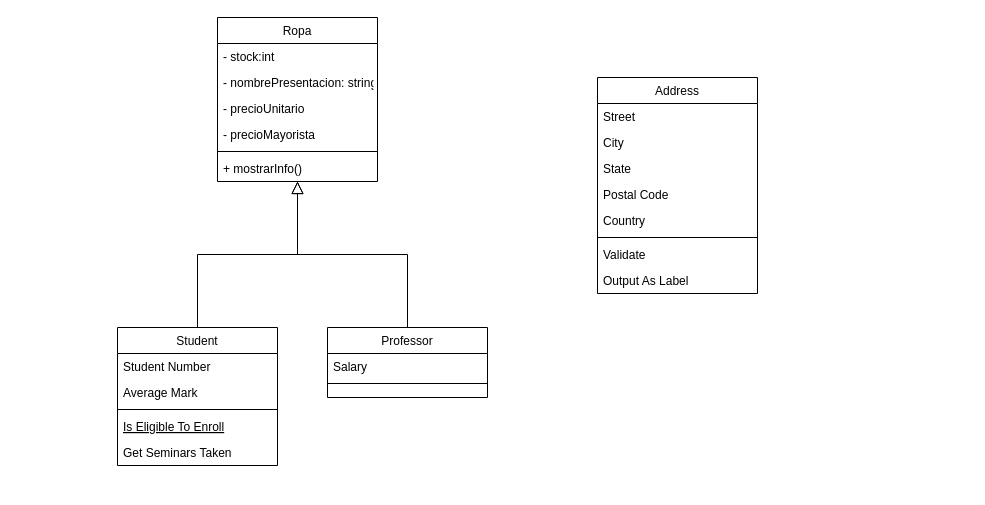
Above: DesarrolloOrientadoObjetos/ejericiosObligatorios3/ejerciciosObligatorios3.drawio in monick96/PracticeCsharp (draw.io), before the change. Source tidied: cells renumbered, new cells numbered last; positions are measured from the earlier drawing's top-left corner, leaving out a move shared by most shapes. Both pictures are drawn from the tidied source at 100%, with x=0, y=0 at pixel (117, 17).
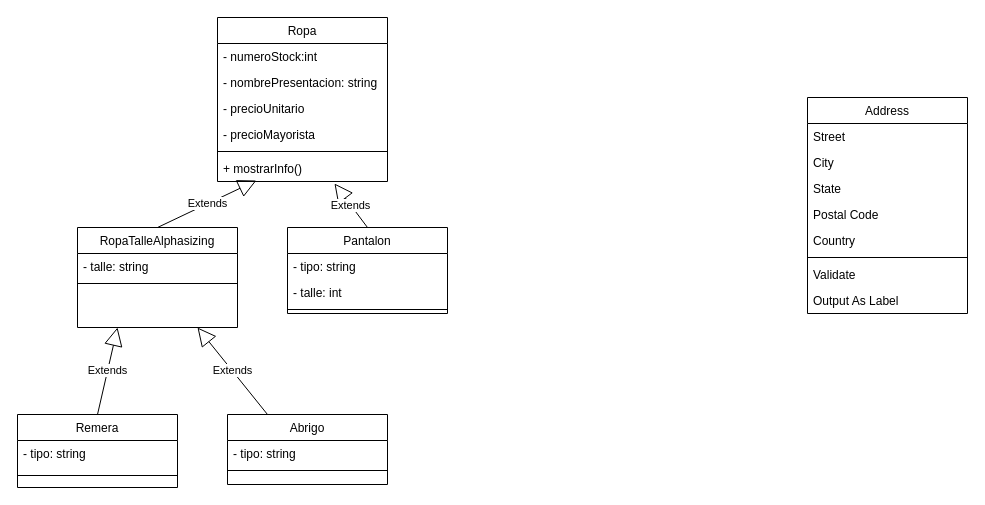
After the change.

The edit, as a diff of the source:
```diff
@@
     <mxCell id="2" value="Ropa" style="swimlane;fontStyle=0;align=center;verticalAlign=top;horizontal=1;startSize=26;rounded=0;shadow=0;strokeWidth=1;" parent="1" vertex="1">
-      <mxGeometry x="100" width="160" height="164" as="geometry" />
+      <mxGeometry x="100" width="170" height="164" as="geometry" />
     </mxCell>
-    <mxCell id="3" value="- stock:int" style="text;align=left;verticalAlign=top;spacingLeft=4;spacingRight=4;overflow=hidden;" parent="2" vertex="1">
-      <mxGeometry y="26" width="160" height="26" as="geometry" />
+    <mxCell id="3" value="- numeroStock:int" style="text;align=left;verticalAlign=top;spacingLeft=4;spacingRight=4;overflow=hidden;" parent="2" vertex="1">
+      <mxGeometry y="26" width="170" height="26" as="geometry" />
     </mxCell>
     <mxCell id="4" value="- nombrePresentacion: string" style="text;align=left;verticalAlign=top;spacingLeft=4;spacingRight=4;overflow=hidden;rounded=0;shadow=0;html=0;" parent="2" vertex="1">
-      <mxGeometry y="52" width="160" height="26" as="geometry" />
+      <mxGeometry y="52" width="170" height="26" as="geometry" />
     </mxCell>
     <mxCell id="5" value="- precioUnitario" style="text;align=left;verticalAlign=top;spacingLeft=4;spacingRight=4;overflow=hidden;rounded=0;shadow=0;html=0;" parent="2" vertex="1">
-      <mxGeometry y="78" width="160" height="26" as="geometry" />
+      <mxGeometry y="78" width="170" height="26" as="geometry" />
     </mxCell>
     <mxCell id="6" value="- precioMayorista" style="text;align=left;verticalAlign=top;spacingLeft=4;spacingRight=4;overflow=hidden;rounded=0;shadow=0;html=0;" parent="2" vertex="1">
-      <mxGeometry y="104" width="160" height="26" as="geometry" />
+      <mxGeometry y="104" width="170" height="26" as="geometry" />
     </mxCell>
     <mxCell id="7" style="line;html=1;strokeWidth=1;align=left;verticalAlign=middle;spacingTop=-1;spacingLeft=3;spacingRight=3;labelPosition=right;" parent="2" vertex="1">
-      <mxGeometry y="130" width="160" height="8" as="geometry" />
+      <mxGeometry y="130" width="170" height="8" as="geometry" />
     </mxCell>
     <mxCell id="8" value="+ mostrarInfo()" style="text;align=left;verticalAlign=top;spacingLeft=4;spacingRight=4;overflow=hidden;points=[[0,0.5],[1,0.5]];portConstraint=eastwest;" parent="2" vertex="1">
-      <mxGeometry y="138" width="160" height="26" as="geometry" />
+      <mxGeometry y="138" width="170" height="26" as="geometry" />
     </mxCell>
-    <mxCell id="9" value="Student" style="swimlane;fontStyle=0;align=center;verticalAlign=top;horizontal=1;startSize=26;rounded=0;shadow=0;strokeWidth=1;" parent="1" vertex="1">
-      <mxGeometry y="310" width="160" height="138" as="geometry" />
+    <mxCell id="9" value="RopaTalleAlphasizing" style="swimlane;fontStyle=0;align=center;verticalAlign=top;horizontal=1;startSize=26;rounded=0;shadow=0;strokeWidth=1;" parent="1" vertex="1">
+      <mxGeometry x="-40" y="210" width="160" height="100" as="geometry" />
     </mxCell>
-    <mxCell id="10" value="Student Number" style="text;align=left;verticalAlign=top;spacingLeft=4;spacingRight=4;overflow=hidden;" parent="9" vertex="1">
-      <mxGeometry y="26" width="160" height="26" as="geometry" />
-    </mxCell>
-    <mxCell id="11" value="Average Mark" style="text;align=left;verticalAlign=top;spacingLeft=4;spacingRight=4;overflow=hidden;rounded=0;shadow=0;html=0;" parent="9" vertex="1">
-      <mxGeometry y="52" width="160" height="26" as="geometry" />
+    <mxCell id="11" value="- talle: string" style="text;align=left;verticalAlign=top;spacingLeft=4;spacingRight=4;overflow=hidden;rounded=0;shadow=0;html=0;" parent="9" vertex="1">
+      <mxGeometry y="26" width="160" height="26" as="geometry" />
     </mxCell>
     <mxCell id="12" style="line;html=1;strokeWidth=1;align=left;verticalAlign=middle;spacingTop=-1;spacingLeft=3;spacingRight=3;labelPosition=right;" parent="9" vertex="1">
-      <mxGeometry y="78" width="160" height="8" as="geometry" />
+      <mxGeometry y="52" width="160" height="8" as="geometry" />
     </mxCell>
-    <mxCell id="13" value="Is Eligible To Enroll" style="text;align=left;verticalAlign=top;spacingLeft=4;spacingRight=4;overflow=hidden;fontStyle=4;" parent="9" vertex="1">
-      <mxGeometry y="86" width="160" height="26" as="geometry" />
-    </mxCell>
-    <mxCell id="14" value="Get Seminars Taken" style="text;align=left;verticalAlign=top;spacingLeft=4;spacingRight=4;overflow=hidden;" parent="9" vertex="1">
-      <mxGeometry y="112" width="160" height="26" as="geometry" />
-    </mxCell>
-    <mxCell id="15" style="endArrow=block;endSize=10;endFill=0;shadow=0;strokeWidth=1;rounded=0;curved=0;edgeStyle=elbowEdgeStyle;elbow=vertical;" parent="1" edge="1" source="9" target="2">
-      <mxGeometry relative="1" as="geometry" />
-    </mxCell>
-    <mxCell id="16" value="Professor" style="swimlane;fontStyle=0;align=center;verticalAlign=top;horizontal=1;startSize=26;rounded=0;shadow=0;strokeWidth=1;" parent="1" vertex="1">
-      <mxGeometry x="210" y="310" width="160" height="70" as="geometry" />
+    <mxCell id="16" value="Abrigo" style="swimlane;fontStyle=0;align=center;verticalAlign=top;horizontal=1;startSize=26;rounded=0;shadow=0;strokeWidth=1;" parent="1" vertex="1">
+      <mxGeometry x="110" y="397" width="160" height="70" as="geometry" />
     </mxCell>
-    <mxCell id="17" value="Salary" style="text;align=left;verticalAlign=top;spacingLeft=4;spacingRight=4;overflow=hidden;" parent="16" vertex="1">
-      <mxGeometry y="26" width="160" height="26" as="geometry" />
-    </mxCell>
+    <mxCell id="29" value="- tipo: string" style="text;align=left;verticalAlign=top;spacingLeft=4;spacingRight=4;overflow=hidden;rounded=0;shadow=0;html=0;" parent="16" vertex="1">
+      <mxGeometry y="26" width="160" height="26" as="geometry" />
+    </mxCell>
@@
-    <mxCell id="19" style="endArrow=block;endSize=10;endFill=0;shadow=0;strokeWidth=1;rounded=0;curved=0;edgeStyle=elbowEdgeStyle;elbow=vertical;" parent="1" edge="1" source="16" target="2">
-      <mxGeometry relative="1" as="geometry" />
-    </mxCell>
     <mxCell id="20" value="Address" style="swimlane;fontStyle=0;align=center;verticalAlign=top;horizontal=1;startSize=26;rounded=0;shadow=0;strokeWidth=1;" parent="1" vertex="1">
-      <mxGeometry x="480" y="60" width="160" height="216" as="geometry" />
+      <mxGeometry x="690" y="80" width="160" height="216" as="geometry" />
     </mxCell>
@@
+    <mxCell id="30" value="Pantalon" style="swimlane;fontStyle=0;align=center;verticalAlign=top;horizontal=1;startSize=26;rounded=0;shadow=0;strokeWidth=1;" parent="1" vertex="1">
+      <mxGeometry x="170" y="210" width="160" height="86" as="geometry" />
+    </mxCell>
+    <mxCell id="31" value="- tipo: string" style="text;align=left;verticalAlign=top;spacingLeft=4;spacingRight=4;overflow=hidden;rounded=0;shadow=0;html=0;" parent="30" vertex="1">
+      <mxGeometry y="26" width="160" height="26" as="geometry" />
+    </mxCell>
+    <mxCell id="32" value="- talle: int" style="text;align=left;verticalAlign=top;spacingLeft=4;spacingRight=4;overflow=hidden;" parent="30" vertex="1">
+      <mxGeometry y="52" width="160" height="26" as="geometry" />
+    </mxCell>
+    <mxCell id="33" style="line;html=1;strokeWidth=1;align=left;verticalAlign=middle;spacingTop=-1;spacingLeft=3;spacingRight=3;labelPosition=right;" parent="30" vertex="1">
+      <mxGeometry y="78" width="160" height="8" as="geometry" />
+    </mxCell>
+    <mxCell id="34" value="Remera" style="swimlane;fontStyle=0;align=center;verticalAlign=top;horizontal=1;startSize=26;rounded=0;shadow=0;strokeWidth=1;" parent="1" vertex="1">
+      <mxGeometry x="-100" y="397" width="160" height="73" as="geometry" />
+    </mxCell>
+    <mxCell id="35" value="- tipo: string" style="text;align=left;verticalAlign=top;spacingLeft=4;spacingRight=4;overflow=hidden;rounded=0;shadow=0;html=0;" parent="34" vertex="1">
+      <mxGeometry y="26" width="160" height="26" as="geometry" />
+    </mxCell>
+    <mxCell id="36" style="line;html=1;strokeWidth=1;align=left;verticalAlign=middle;spacingTop=-1;spacingLeft=3;spacingRight=3;labelPosition=right;" parent="34" vertex="1">
+      <mxGeometry y="52" width="160" height="18" as="geometry" />
+    </mxCell>
+    <mxCell id="37" value="Extends" style="endArrow=block;endSize=16;endFill=0;html=1;rounded=0;exitX=0.5;exitY=0;exitDx=0;exitDy=0;entryX=0.25;entryY=1;entryDx=0;entryDy=0;" parent="1" edge="1" source="34" target="9">
+      <mxGeometry relative="1" as="geometry" />
+    </mxCell>
+    <mxCell id="38" value="Extends" style="endArrow=block;endSize=16;endFill=0;html=1;rounded=0;exitX=0.25;exitY=0;exitDx=0;exitDy=0;entryX=0.75;entryY=1;entryDx=0;entryDy=0;" parent="1" edge="1" source="16" target="9">
+      <mxGeometry relative="1" as="geometry" />
+    </mxCell>
+    <mxCell id="39" value="Extends" style="endArrow=block;endSize=16;endFill=0;html=1;rounded=0;exitX=0.5;exitY=0;exitDx=0;exitDy=0;entryX=0.229;entryY=0.962;entryDx=0;entryDy=0;entryPerimeter=0;" parent="1" edge="1" source="9" target="8">
+      <mxGeometry relative="1" as="geometry" />
+    </mxCell>
+    <mxCell id="40" value="Extends" style="endArrow=block;endSize=16;endFill=0;html=1;rounded=0;exitX=0.5;exitY=0;exitDx=0;exitDy=0;entryX=0.688;entryY=1.077;entryDx=0;entryDy=0;entryPerimeter=0;" parent="1" edge="1" source="30" target="8">
+      <mxGeometry relative="1" as="geometry" />
+    </mxCell>
```
